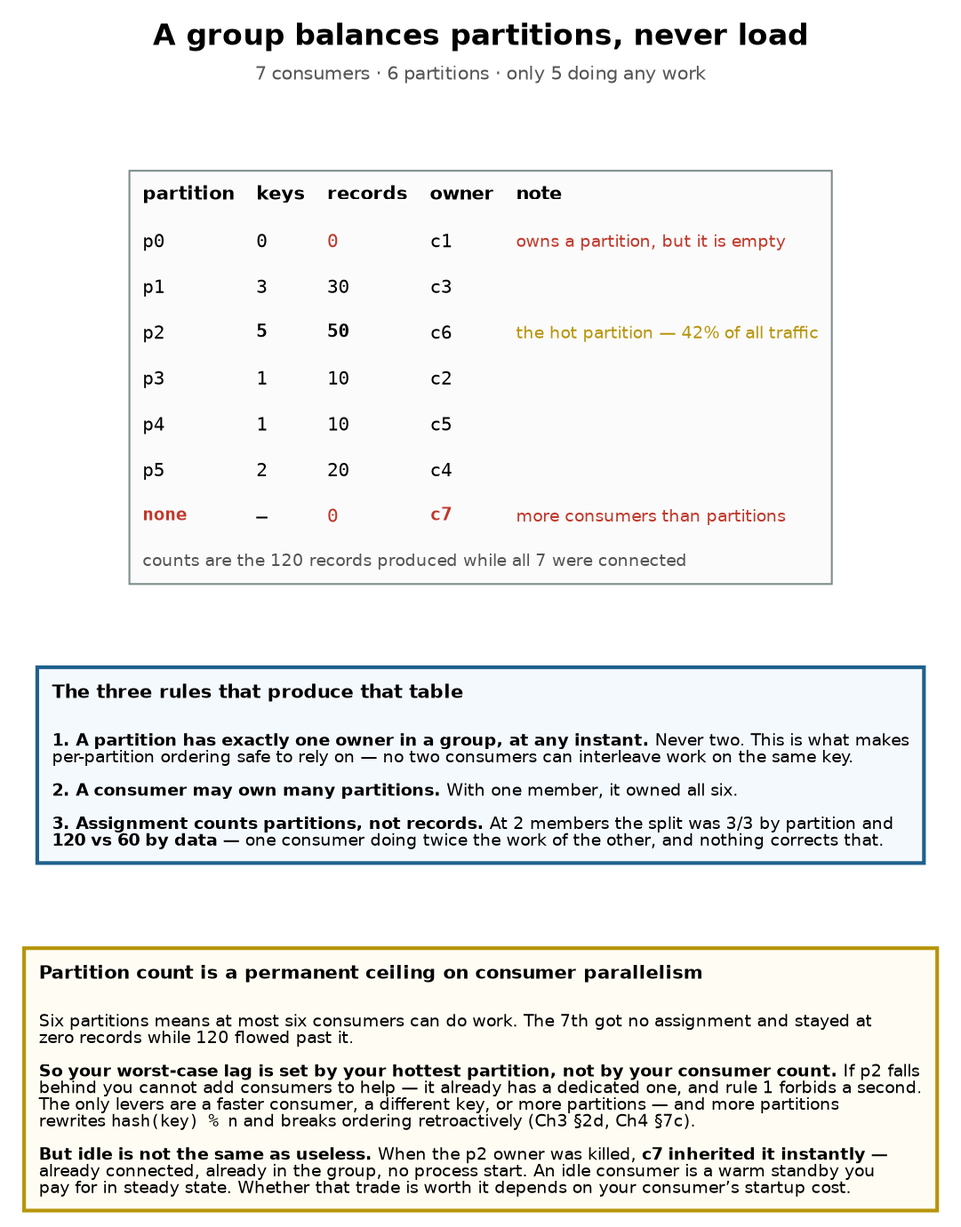
fiberoptix/home-lab-setup keeps this Graphviz diagram as education/images/ch05_fig1_assignment.png. Above is the earlier version. Its source is kept beside it as education/diagrams/ch05_fig1_assignment.dot. The source it was exported from:
```dot

digraph assignment {
  rankdir=TB;
  bgcolor="white";
  node  [fontname="Helvetica", fontsize=10, shape=box, style="filled,rounded", penwidth=1.2];
  edge  [fontname="Helvetica", fontsize=9];
  graph [fontname="Helvetica", fontsize=11];

  title [shape=plaintext, style="", fillcolor="none", label=<
    <TABLE BORDER="0" CELLBORDER="0" CELLSPACING="0">
      <TR><TD><FONT POINT-SIZE="16"><B>A group balances partitions, never load</B></FONT></TD></TR>
      <TR><TD><FONT POINT-SIZE="10" COLOR="#555555">7 consumers &#183; 6 partitions &#183; only 5 doing any work</FONT></TD></TR>
    </TABLE>>];

  grid [shape=plaintext, style="", fillcolor="none", label=<
    <TABLE BORDER="1" CELLBORDER="0" CELLSPACING="0" CELLPADDING="6" COLOR="#7f8c8d" BGCOLOR="#fbfbfb">
      <TR><TD ALIGN="LEFT"><B>partition</B></TD><TD ALIGN="LEFT"><B>keys</B></TD>
          <TD ALIGN="LEFT"><B>records</B></TD><TD ALIGN="LEFT"><B>owner</B></TD><TD ALIGN="LEFT"><B>note</B></TD></TR>
      <TR><TD ALIGN="LEFT"><FONT FACE="Courier">p0</FONT></TD><TD ALIGN="LEFT"><FONT FACE="Courier">0</FONT></TD>
          <TD ALIGN="LEFT"><FONT FACE="Courier" COLOR="#c0392b">0</FONT></TD><TD ALIGN="LEFT"><FONT FACE="Courier">c1</FONT></TD>
          <TD ALIGN="LEFT"><FONT POINT-SIZE="9" COLOR="#c0392b">owns a partition, but it is empty</FONT></TD></TR>
      <TR><TD ALIGN="LEFT"><FONT FACE="Courier">p1</FONT></TD><TD ALIGN="LEFT"><FONT FACE="Courier">3</FONT></TD>
          <TD ALIGN="LEFT"><FONT FACE="Courier">30</FONT></TD><TD ALIGN="LEFT"><FONT FACE="Courier">c3</FONT></TD><TD> </TD></TR>
      <TR><TD ALIGN="LEFT"><FONT FACE="Courier">p2</FONT></TD><TD ALIGN="LEFT"><FONT FACE="Courier"><B>5</B></FONT></TD>
          <TD ALIGN="LEFT"><FONT FACE="Courier"><B>50</B></FONT></TD><TD ALIGN="LEFT"><FONT FACE="Courier">c6</FONT></TD>
          <TD ALIGN="LEFT"><FONT POINT-SIZE="9" COLOR="#b7950b">the hot partition &#8212; 42% of all traffic</FONT></TD></TR>
      <TR><TD ALIGN="LEFT"><FONT FACE="Courier">p3</FONT></TD><TD ALIGN="LEFT"><FONT FACE="Courier">1</FONT></TD>
          <TD ALIGN="LEFT"><FONT FACE="Courier">10</FONT></TD><TD ALIGN="LEFT"><FONT FACE="Courier">c2</FONT></TD><TD> </TD></TR>
      <TR><TD ALIGN="LEFT"><FONT FACE="Courier">p4</FONT></TD><TD ALIGN="LEFT"><FONT FACE="Courier">1</FONT></TD>
          <TD ALIGN="LEFT"><FONT FACE="Courier">10</FONT></TD><TD ALIGN="LEFT"><FONT FACE="Courier">c5</FONT></TD><TD> </TD></TR>
      <TR><TD ALIGN="LEFT"><FONT FACE="Courier">p5</FONT></TD><TD ALIGN="LEFT"><FONT FACE="Courier">2</FONT></TD>
          <TD ALIGN="LEFT"><FONT FACE="Courier">20</FONT></TD><TD ALIGN="LEFT"><FONT FACE="Courier">c4</FONT></TD><TD> </TD></TR>
      <TR><TD ALIGN="LEFT"><FONT FACE="Courier" COLOR="#c0392b"><B>none</B></FONT></TD><TD ALIGN="LEFT"><FONT FACE="Courier">&#8212;</FONT></TD>
          <TD ALIGN="LEFT"><FONT FACE="Courier" COLOR="#c0392b">0</FONT></TD><TD ALIGN="LEFT"><FONT FACE="Courier" COLOR="#c0392b"><B>c7</B></FONT></TD>
          <TD ALIGN="LEFT"><FONT POINT-SIZE="9" COLOR="#c0392b">more consumers than partitions</FONT></TD></TR>
      <TR><TD COLSPAN="5" ALIGN="LEFT"><FONT POINT-SIZE="9" COLOR="#555555">counts are the 120 records produced while all 7 were connected</FONT></TD></TR>
    </TABLE>>];

  rules [shape=plaintext, style="", fillcolor="none", label=<
    <TABLE BORDER="2" CELLBORDER="0" CELLSPACING="0" CELLPADDING="7" COLOR="#1f618d" BGCOLOR="#f4f9fd">
      <TR><TD ALIGN="LEFT" BALIGN="LEFT"><B>The three rules that produce that table</B></TD></TR>
      <TR><TD ALIGN="LEFT" BALIGN="LEFT"><FONT POINT-SIZE="9"><B>1. A partition has exactly one owner in a group, at any instant.</B> Never two. This is what makes<BR/>per-partition ordering safe to rely on &#8212; no two consumers can interleave work on the same key.<BR/><BR/><B>2. A consumer may own many partitions.</B> With one member, it owned all six.<BR/><BR/><B>3. Assignment counts partitions, not records.</B> At 2 members the split was 3/3 by partition and<BR/><B>120 vs 60 by data</B> &#8212; one consumer doing twice the work of the other, and nothing corrects that.</FONT></TD></TR>
    </TABLE>>];

  ceiling [shape=plaintext, style="", fillcolor="none", label=<
    <TABLE BORDER="2" CELLBORDER="0" CELLSPACING="0" CELLPADDING="7" COLOR="#b7950b" BGCOLOR="#fffdf3">
      <TR><TD ALIGN="LEFT" BALIGN="LEFT"><B>Partition count is a permanent ceiling on consumer parallelism</B></TD></TR>
      <TR><TD ALIGN="LEFT" BALIGN="LEFT"><FONT POINT-SIZE="9">Six partitions means at most six consumers can do work. The 7th got no assignment and stayed at<BR/>zero records while 120 flowed past it.<BR/><BR/><B>So your worst-case lag is set by your hottest partition, not by your consumer count.</B> If p2 falls<BR/>behind you cannot add consumers to help &#8212; it already has a dedicated one, and rule 1 forbids a second.<BR/>The only levers are a faster consumer, a different key, or more partitions &#8212; and more partitions<BR/>rewrites <FONT FACE="Courier">hash(key) % n</FONT> and breaks ordering retroactively (Ch3 &#167;2d, Ch4 &#167;7c).<BR/><BR/><B>But idle is not the same as useless.</B> When the p2 owner was killed, <B>c7 inherited it instantly</B> &#8212;<BR/>already connected, already in the group, no process start. An idle consumer is a warm standby you<BR/>pay for in steady state. Whether that trade is worth it depends on your consumer&#8217;s startup cost.</FONT></TD></TR>
    </TABLE>>];

  title -> grid [style=invis];
  grid -> rules [style=invis];
  rules -> ceiling [style=invis];
}
```
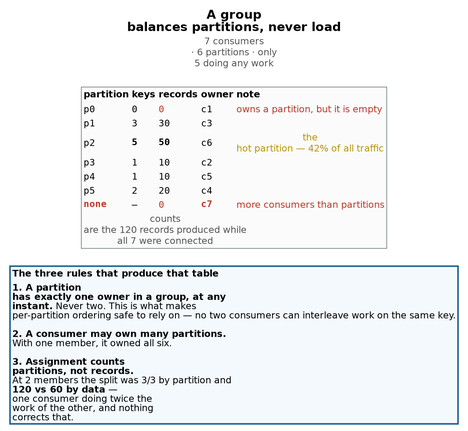
The same diagram one commit later.

The edit, as a diff of the source:
```diff
@@ -1,29 +1,31 @@
 
 digraph assignment {
+  ranksep=0.2;
+  nodesep=0.12;
   rankdir=TB;
   bgcolor="white";
-  node  [fontname="Helvetica", fontsize=10, shape=box, style="filled,rounded", penwidth=1.2];
-  edge  [fontname="Helvetica", fontsize=9];
+  node  [fontname="Helvetica", fontsize=12, shape=box, style="filled,rounded", penwidth=1.2];
+  edge  [fontname="Helvetica", fontsize=12];
   graph [fontname="Helvetica", fontsize=11];
 
   title [shape=plaintext, style="", fillcolor="none", label=<
     <TABLE BORDER="0" CELLBORDER="0" CELLSPACING="0">
-      <TR><TD><FONT POINT-SIZE="16"><B>A group balances partitions, never load</B></FONT></TD></TR>
-      <TR><TD><FONT POINT-SIZE="10" COLOR="#555555">7 consumers &#183; 6 partitions &#183; only 5 doing any work</FONT></TD></TR>
+      <TR><TD><FONT POINT-SIZE="16"><B>A group<BR/>balances partitions, never load</B></FONT></TD></TR>
+      <TR><TD><FONT POINT-SIZE="12" COLOR="#555555">7 consumers<BR/>&#183; 6 partitions &#183; only<BR/>5 doing any work</FONT></TD></TR>
     </TABLE>>];
 
   grid [shape=plaintext, style="", fillcolor="none", label=<
-    <TABLE BORDER="1" CELLBORDER="0" CELLSPACING="0" CELLPADDING="6" COLOR="#7f8c8d" BGCOLOR="#fbfbfb">
+    <TABLE BORDER="1" CELLBORDER="0" CELLSPACING="0" CELLPADDING="2" COLOR="#7f8c8d" BGCOLOR="#fbfbfb">
       <TR><TD ALIGN="LEFT"><B>partition</B></TD><TD ALIGN="LEFT"><B>keys</B></TD>
           <TD ALIGN="LEFT"><B>records</B></TD><TD ALIGN="LEFT"><B>owner</B></TD><TD ALIGN="LEFT"><B>note</B></TD></TR>
       <TR><TD ALIGN="LEFT"><FONT FACE="Courier">p0</FONT></TD><TD ALIGN="LEFT"><FONT FACE="Courier">0</FONT></TD>
           <TD ALIGN="LEFT"><FONT FACE="Courier" COLOR="#c0392b">0</FONT></TD><TD ALIGN="LEFT"><FONT FACE="Courier">c1</FONT></TD>
-          <TD ALIGN="LEFT"><FONT POINT-SIZE="9" COLOR="#c0392b">owns a partition, but it is empty</FONT></TD></TR>
+          <TD ALIGN="LEFT"><FONT POINT-SIZE="12" COLOR="#c0392b">owns a partition, but it is empty</FONT></TD></TR>
       <TR><TD ALIGN="LEFT"><FONT FACE="Courier">p1</FONT></TD><TD ALIGN="LEFT"><FONT FACE="Courier">3</FONT></TD>
           <TD ALIGN="LEFT"><FONT FACE="Courier">30</FONT></TD><TD ALIGN="LEFT"><FONT FACE="Courier">c3</FONT></TD><TD> </TD></TR>
       <TR><TD ALIGN="LEFT"><FONT FACE="Courier">p2</FONT></TD><TD ALIGN="LEFT"><FONT FACE="Courier"><B>5</B></FONT></TD>
           <TD ALIGN="LEFT"><FONT FACE="Courier"><B>50</B></FONT></TD><TD ALIGN="LEFT"><FONT FACE="Courier">c6</FONT></TD>
-          <TD ALIGN="LEFT"><FONT POINT-SIZE="9" COLOR="#b7950b">the hot partition &#8212; 42% of all traffic</FONT></TD></TR>
+          <TD ALIGN="LEFT"><FONT POINT-SIZE="12" COLOR="#b7950b">the<BR/>hot partition &#8212; 42% of all traffic</FONT></TD></TR>
       <TR><TD ALIGN="LEFT"><FONT FACE="Courier">p3</FONT></TD><TD ALIGN="LEFT"><FONT FACE="Courier">1</FONT></TD>
           <TD ALIGN="LEFT"><FONT FACE="Courier">10</FONT></TD><TD ALIGN="LEFT"><FONT FACE="Courier">c2</FONT></TD><TD> </TD></TR>
       <TR><TD ALIGN="LEFT"><FONT FACE="Courier">p4</FONT></TD><TD ALIGN="LEFT"><FONT FACE="Courier">1</FONT></TD>
@@ -32,23 +34,16 @@
           <TD ALIGN="LEFT"><FONT FACE="Courier">20</FONT></TD><TD ALIGN="LEFT"><FONT FACE="Courier">c4</FONT></TD><TD> </TD></TR>
       <TR><TD ALIGN="LEFT"><FONT FACE="Courier" COLOR="#c0392b"><B>none</B></FONT></TD><TD ALIGN="LEFT"><FONT FACE="Courier">&#8212;</FONT></TD>
           <TD ALIGN="LEFT"><FONT FACE="Courier" COLOR="#c0392b">0</FONT></TD><TD ALIGN="LEFT"><FONT FACE="Courier" COLOR="#c0392b"><B>c7</B></FONT></TD>
-          <TD ALIGN="LEFT"><FONT POINT-SIZE="9" COLOR="#c0392b">more consumers than partitions</FONT></TD></TR>
-      <TR><TD COLSPAN="5" ALIGN="LEFT"><FONT POINT-SIZE="9" COLOR="#555555">counts are the 120 records produced while all 7 were connected</FONT></TD></TR>
+          <TD ALIGN="LEFT"><FONT POINT-SIZE="12" COLOR="#c0392b">more consumers than partitions</FONT></TD></TR>
+      <TR><TD COLSPAN="5" ALIGN="LEFT"><FONT POINT-SIZE="12" COLOR="#555555">counts<BR/>are the 120 records produced while<BR/>all 7 were connected</FONT></TD></TR>
     </TABLE>>];
 
   rules [shape=plaintext, style="", fillcolor="none", label=<
-    <TABLE BORDER="2" CELLBORDER="0" CELLSPACING="0" CELLPADDING="7" COLOR="#1f618d" BGCOLOR="#f4f9fd">
+    <TABLE BORDER="2" CELLBORDER="0" CELLSPACING="0" CELLPADDING="2" COLOR="#1f618d" BGCOLOR="#f4f9fd">
       <TR><TD ALIGN="LEFT" BALIGN="LEFT"><B>The three rules that produce that table</B></TD></TR>
-      <TR><TD ALIGN="LEFT" BALIGN="LEFT"><FONT POINT-SIZE="9"><B>1. A partition has exactly one owner in a group, at any instant.</B> Never two. This is what makes<BR/>per-partition ordering safe to rely on &#8212; no two consumers can interleave work on the same key.<BR/><BR/><B>2. A consumer may own many partitions.</B> With one member, it owned all six.<BR/><BR/><B>3. Assignment counts partitions, not records.</B> At 2 members the split was 3/3 by partition and<BR/><B>120 vs 60 by data</B> &#8212; one consumer doing twice the work of the other, and nothing corrects that.</FONT></TD></TR>
-    </TABLE>>];
-
-  ceiling [shape=plaintext, style="", fillcolor="none", label=<
-    <TABLE BORDER="2" CELLBORDER="0" CELLSPACING="0" CELLPADDING="7" COLOR="#b7950b" BGCOLOR="#fffdf3">
-      <TR><TD ALIGN="LEFT" BALIGN="LEFT"><B>Partition count is a permanent ceiling on consumer parallelism</B></TD></TR>
-      <TR><TD ALIGN="LEFT" BALIGN="LEFT"><FONT POINT-SIZE="9">Six partitions means at most six consumers can do work. The 7th got no assignment and stayed at<BR/>zero records while 120 flowed past it.<BR/><BR/><B>So your worst-case lag is set by your hottest partition, not by your consumer count.</B> If p2 falls<BR/>behind you cannot add consumers to help &#8212; it already has a dedicated one, and rule 1 forbids a second.<BR/>The only levers are a faster consumer, a different key, or more partitions &#8212; and more partitions<BR/>rewrites <FONT FACE="Courier">hash(key) % n</FONT> and breaks ordering retroactively (Ch3 &#167;2d, Ch4 &#167;7c).<BR/><BR/><B>But idle is not the same as useless.</B> When the p2 owner was killed, <B>c7 inherited it instantly</B> &#8212;<BR/>already connected, already in the group, no process start. An idle consumer is a warm standby you<BR/>pay for in steady state. Whether that trade is worth it depends on your consumer&#8217;s startup cost.</FONT></TD></TR>
+      <TR><TD ALIGN="LEFT" BALIGN="LEFT"><FONT POINT-SIZE="12"><B>1. A partition<BR/>has exactly one owner in a group, at any<BR/>instant.</B> Never two. This is what makes<BR/>per-partition ordering safe to rely on &#8212; no two consumers can interleave work on the same key.<BR/><BR/><B>2. A consumer may own many partitions.</B><BR/>With one member, it owned all six.<BR/><BR/><B>3. Assignment counts<BR/>partitions, not records.</B><BR/>At 2 members the split was 3/3 by partition and<BR/><B>120 vs 60 by data</B> &#8212;<BR/>one consumer doing twice the<BR/>work of the other, and nothing<BR/>corrects that.</FONT></TD></TR>
     </TABLE>>];
 
   title -> grid [style=invis];
   grid -> rules [style=invis];
-  rules -> ceiling [style=invis];
 }
```
